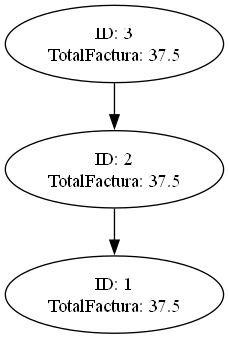
This is Factura.png from JoseAv/RespaldoEdd, a Graphviz export, as it was before one commit. Its source is kept beside it as Factura.dot. Source of this version:
```dot
digraph G {  rankdir=BT
 "1" [label="ID: 1\nTotalFactura: 37.5"];
 "2" [label="ID: 2\nTotalFactura: 37.5"];
 "3" [label="ID: 3\nTotalFactura: 37.5"];
"1" -> "2" [dir=back];
"2" -> "3" [dir=back];
}
```
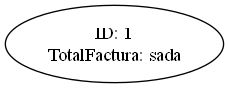
Later version of the same file.

The edit, as a diff of the source:
```diff
@@ -1,7 +1,3 @@
-digraph G {  rankdir=BT
- "1" [label="ID: 1\nTotalFactura: 37.5"];
- "2" [label="ID: 2\nTotalFactura: 37.5"];
- "3" [label="ID: 3\nTotalFactura: 37.5"];
-"1" -> "2" [dir=back];
-"2" -> "3" [dir=back];
+digraph G {  rankdir=LR
+ "1" [label="ID: 1\nTotalFactura: sada"];
 }
```
